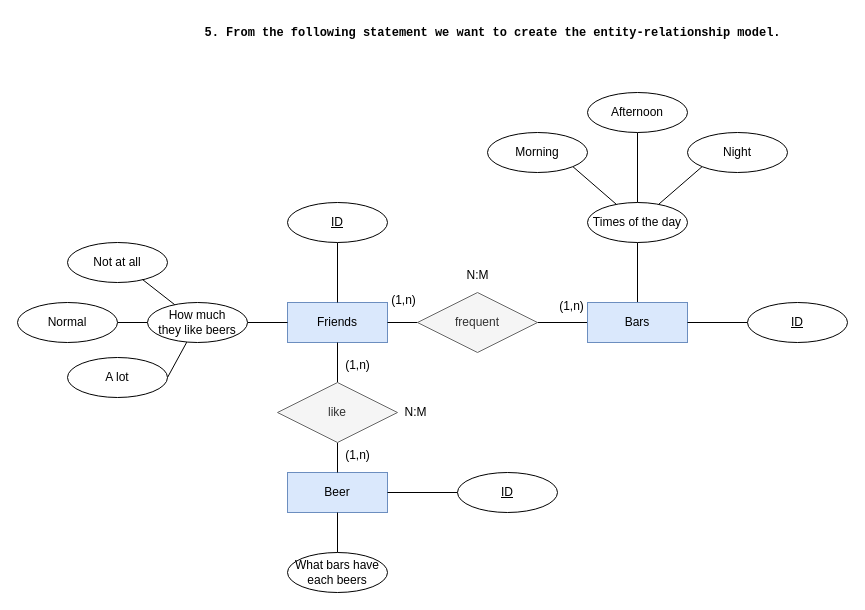
Before: page "Exercise 5" (5 of 5) of ejercicio3.drawio in Maek0s/1DAM_Databases, a draw.io diagram. Source tidied: cells renumbered, new cells numbered last; positions are measured from the earlier drawing's top-left corner, leaving out a move shared by most shapes. Both pictures are drawn from the tidied source at 100%, with x=0, y=0 at pixel (17, 17).
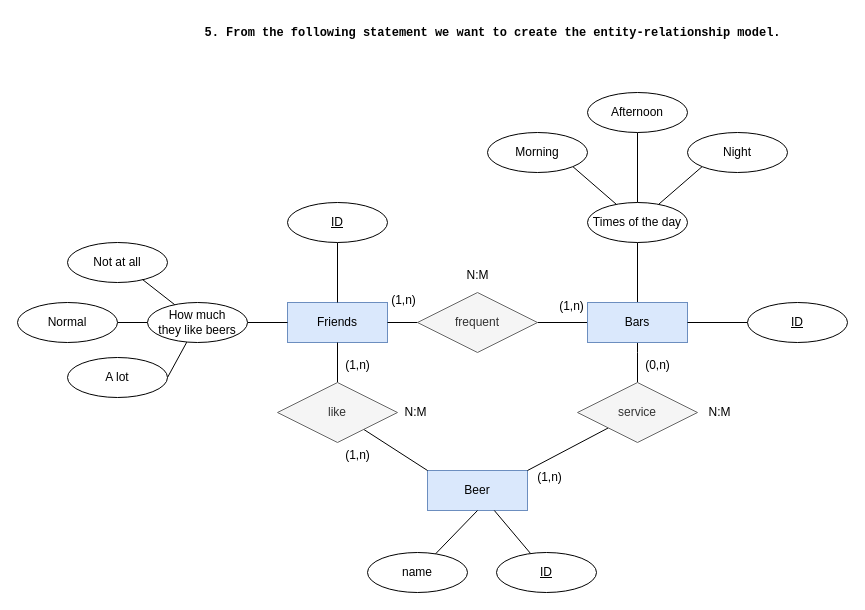
After the change.

Unchanged cells that the change refers to:
```xml
<mxCell id="6" value="Bars" style="whiteSpace=wrap;html=1;align=center;fillColor=#dae8fc;strokeColor=#6c8ebf;" parent="1" vertex="1">
  <mxGeometry x="570" y="285" width="100" height="40" as="geometry" />
</mxCell>
<mxCell id="18" value="like" style="shape=rhombus;perimeter=rhombusPerimeter;whiteSpace=wrap;html=1;align=center;fillColor=#f5f5f5;fontColor=#333333;strokeColor=#666666;" parent="1" vertex="1">
  <mxGeometry x="260" y="365" width="120" height="60" as="geometry" />
</mxCell>
```

The edit, as a diff of the source:
```diff
@@
     <mxCell id="3" value="Beer" style="whiteSpace=wrap;html=1;align=center;fillColor=#dae8fc;strokeColor=#6c8ebf;" parent="1" vertex="1">
-      <mxGeometry x="270" y="455" width="100" height="40" as="geometry" />
+      <mxGeometry x="410" y="453" width="100" height="40" as="geometry" />
     </mxCell>
@@
+    <mxCell id="42" style="edgeStyle=orthogonalEdgeStyle;rounded=0;jettySize=auto;html=1;endArrow=none;endFill=0;" parent="1" edge="1" source="6" target="44">
+      <mxGeometry relative="1" as="geometry">
+        <Array as="points">
+          <mxPoint x="620" y="335" />
+          <mxPoint x="620" y="335" />
+        </Array>
+      </mxGeometry>
+    </mxCell>
@@
-    <mxCell id="16" style="rounded=0;jettySize=auto;html=1;endArrow=none;endFill=0;" parent="1" edge="1" source="18" target="3">
+    <mxCell id="16" style="rounded=0;jettySize=auto;html=1;endArrow=none;endFill=0;entryX=0;entryY=0;entryDx=0;entryDy=0;" parent="1" edge="1" source="18" target="3">
       <mxGeometry relative="1" as="geometry" />
     </mxCell>
@@
     <mxCell id="31" value="ID" style="ellipse;whiteSpace=wrap;html=1;align=center;fontStyle=4;" parent="1" vertex="1">
-      <mxGeometry x="440" y="455" width="100" height="40" as="geometry" />
+      <mxGeometry x="479" y="535" width="100" height="40" as="geometry" />
     </mxCell>
@@
-    <mxCell id="34" value="What bars have&lt;br&gt;each beers" style="ellipse;whiteSpace=wrap;html=1;align=center;" parent="1" vertex="1">
-      <mxGeometry x="270" y="535" width="100" height="40" as="geometry" />
+    <mxCell id="34" value="name" style="ellipse;whiteSpace=wrap;html=1;align=center;" parent="1" vertex="1">
+      <mxGeometry x="350" y="535" width="100" height="40" as="geometry" />
     </mxCell>
@@
+    <mxCell id="43" style="rounded=0;jettySize=auto;html=1;entryX=1;entryY=0;entryDx=0;entryDy=0;endArrow=none;endFill=0;" parent="1" edge="1" source="44" target="3">
+      <mxGeometry relative="1" as="geometry" />
+    </mxCell>
+    <mxCell id="44" value="service" style="shape=rhombus;perimeter=rhombusPerimeter;whiteSpace=wrap;html=1;align=center;fillColor=#f5f5f5;fontColor=#333333;strokeColor=#666666;" parent="1" vertex="1">
+      <mxGeometry x="560" y="365" width="120" height="60" as="geometry" />
+    </mxCell>
+    <mxCell id="45" value="(0,n)" style="text;html=1;align=center;verticalAlign=middle;strokeColor=none;fillColor=none;" parent="1" vertex="1">
+      <mxGeometry x="615" y="333" width="50" height="30" as="geometry" />
+    </mxCell>
+    <mxCell id="46" value="(1,n)" style="text;html=1;align=center;verticalAlign=middle;strokeColor=none;fillColor=none;" parent="1" vertex="1">
+      <mxGeometry x="507" y="445" width="50" height="30" as="geometry" />
+    </mxCell>
+    <mxCell id="47" value="N:M" style="text;html=1;align=center;verticalAlign=middle;strokeColor=none;fillColor=none;" parent="1" vertex="1">
+      <mxGeometry x="677" y="380" width="50" height="30" as="geometry" />
+    </mxCell>
```
